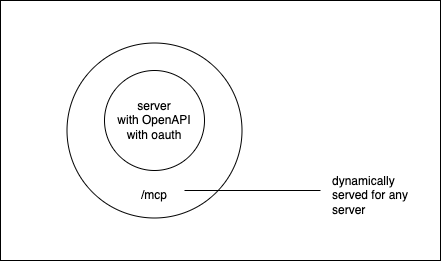
Earlier version of the draw.io export v3.drawio.png (janwilmake/openapi-to-mcp). Source tidied: cells renumbered, new cells last; positions are measured from the earlier drawing's top-left corner, leaving out a move shared by most shapes. The source it was exported from:
```xml
<mxGraphModel>
  <root>
    <mxCell id="0" />
    <mxCell id="1" parent="0" />
    <mxCell id="2" style="rounded=0;whiteSpace=wrap;html=1;" parent="1" vertex="1">
      <mxGeometry width="440" height="260" as="geometry" />
    </mxCell>
    <mxCell id="3" style="ellipse;whiteSpace=wrap;html=1;" parent="1" vertex="1">
      <mxGeometry x="66.5" y="42.5" width="175" height="175" as="geometry" />
    </mxCell>
    <mxCell id="4" value="server with&amp;nbsp;&lt;span style=&quot;background-color: transparent;&quot;&gt;OpenAPI with oauth&lt;/span&gt;" style="ellipse;whiteSpace=wrap;html=1;" parent="1" vertex="1">
      <mxGeometry x="104" y="70" width="100" height="100" as="geometry" />
    </mxCell>
    <mxCell id="5" value="/mcp" style="text;html=1;align=center;verticalAlign=middle;whiteSpace=wrap;rounded=0;" parent="1" vertex="1">
      <mxGeometry x="124" y="180" width="60" height="30" as="geometry" />
    </mxCell>
    <mxCell id="6" style="endArrow=none;html=1;" parent="1" edge="1">
      <mxGeometry relative="1" as="geometry">
        <mxPoint x="184" y="190" as="sourcePoint" />
        <mxPoint x="320" y="190" as="targetPoint" />
      </mxGeometry>
    </mxCell>
    <mxCell id="7" value="dynamically served for any server" style="text;html=1;align=left;verticalAlign=middle;whiteSpace=wrap;rounded=0;" parent="1" vertex="1">
      <mxGeometry x="330" y="180" width="100" height="30" as="geometry" />
    </mxCell>
  </root>
</mxGraphModel>
```
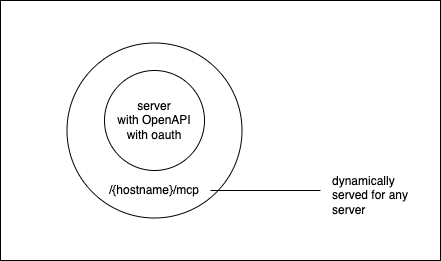
Later version of the same file.

Change to the diagram source:
```diff
@@ -11,12 +11,12 @@
     <mxCell id="4" value="server with&amp;nbsp;&lt;span style=&quot;background-color: transparent;&quot;&gt;OpenAPI with oauth&lt;/span&gt;" style="ellipse;whiteSpace=wrap;html=1;" parent="1" vertex="1">
       <mxGeometry x="104" y="70" width="100" height="100" as="geometry" />
     </mxCell>
-    <mxCell id="5" value="/mcp" style="text;html=1;align=center;verticalAlign=middle;whiteSpace=wrap;rounded=0;" parent="1" vertex="1">
-      <mxGeometry x="124" y="180" width="60" height="30" as="geometry" />
+    <mxCell id="5" value="/{hostname}/mcp" style="text;html=1;align=center;verticalAlign=middle;whiteSpace=wrap;rounded=0;" parent="1" vertex="1">
+      <mxGeometry x="124" y="170" width="60" height="40" as="geometry" />
     </mxCell>
     <mxCell id="6" style="endArrow=none;html=1;" parent="1" edge="1">
       <mxGeometry relative="1" as="geometry">
-        <mxPoint x="184" y="190" as="sourcePoint" />
+        <mxPoint x="210" y="190" as="sourcePoint" />
         <mxPoint x="320" y="190" as="targetPoint" />
       </mxGeometry>
     </mxCell>
```
